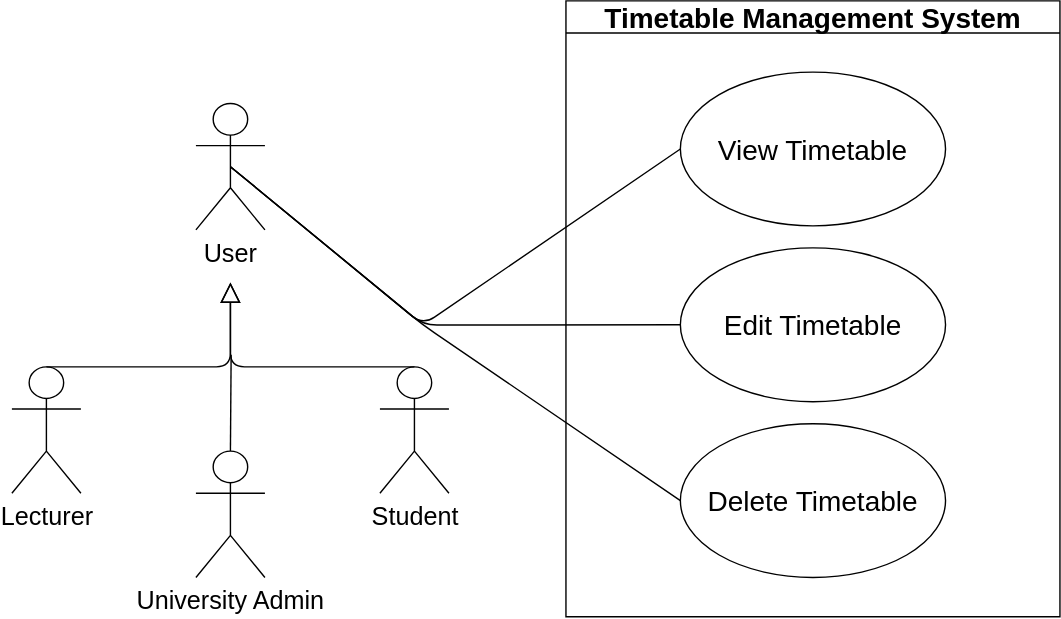
Earlier version of the draw.io export docs/diagrams/requirements/Timetable_Management.svg (COS301-SE-2026/UMTAS). Source tidied: cells renumbered, new cells last; positions are measured from the earlier drawing's top-left corner, leaving out a move shared by most shapes.
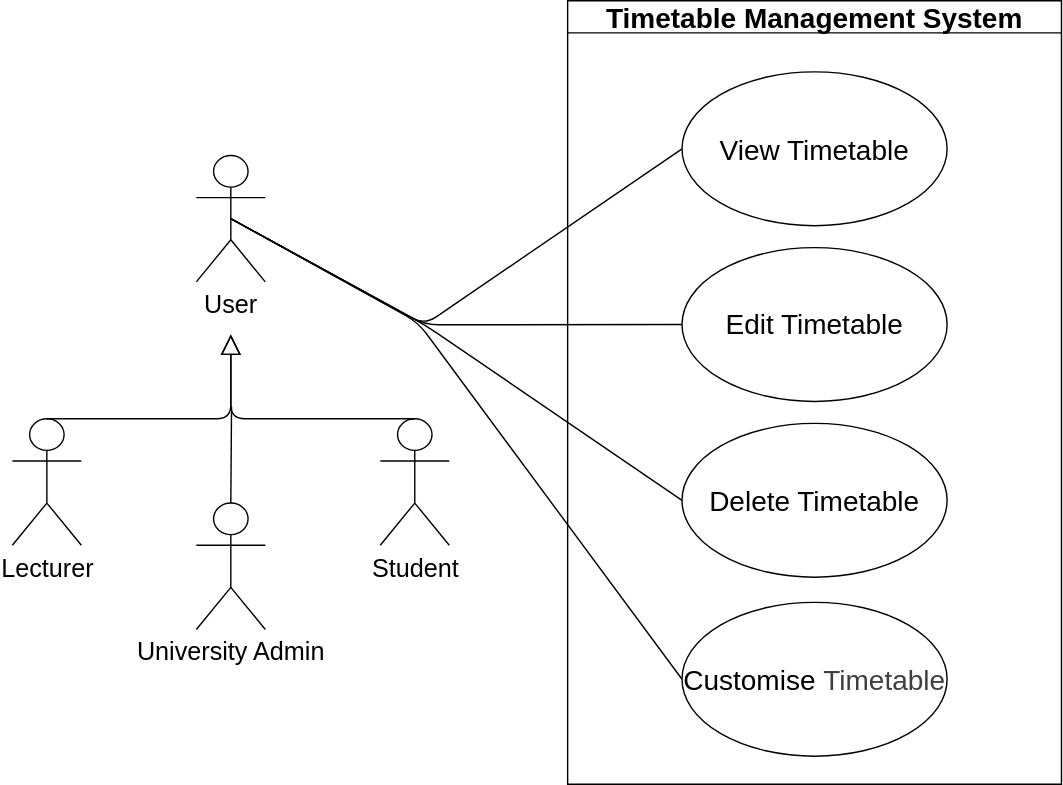
The same diagram one commit later.

Diff of the diagram source:
```diff
@@ -2,74 +2,84 @@
   <root>
     <mxCell id="0" />
     <mxCell id="1" parent="0" />
-    <mxCell id="2" style="group;" parent="1" vertex="1">
-      <mxGeometry width="748.8" height="440" as="geometry" />
-    </mxCell>
+    <mxCell id="17" style="group;" parent="1" vertex="1">
+      <mxGeometry x="-1" width="749.8" height="560" as="geometry" />
+    </mxCell>
-    <mxCell id="3" value="&lt;font style=&quot;font-size: 20px;&quot;&gt;Timetable Management System&lt;/font&gt;" style="swimlane;whiteSpace=wrap;html=1;" parent="2" vertex="1">
-      <mxGeometry x="395.8" width="352.9" height="440" as="geometry" />
+    <mxCell id="3" value="&lt;font style=&quot;font-size: 20px;&quot;&gt;Timetable Management System&lt;/font&gt;" style="swimlane;whiteSpace=wrap;html=1;" parent="17" vertex="1">
+      <mxGeometry x="396.8" width="352.9" height="560" as="geometry" />
     </mxCell>
+    <mxCell id="18" value="&lt;font style=&quot;font-size: 20px;&quot;&gt;Customise&amp;nbsp;&lt;/font&gt;&lt;span style=&quot;color: rgb(63, 63, 63); font-size: 20px; background-color: transparent;&quot;&gt;Timetable&lt;/span&gt;" style="ellipse;whiteSpace=wrap;html=1;" parent="3" vertex="1">
+      <mxGeometry x="81.7" y="430" width="189.4" height="109.9" as="geometry" />
+    </mxCell>
-    <mxCell id="4" style="endArrow=none;html=1;exitX=0.5;exitY=0.5;exitDx=0;exitDy=0;exitPerimeter=0;entryX=0;entryY=0.5;entryDx=0;entryDy=0;" parent="2" edge="1" source="6" target="16">
+    <mxCell id="4" style="endArrow=none;html=1;exitX=0.5;exitY=0.5;exitDx=0;exitDy=0;exitPerimeter=0;entryX=0;entryY=0.5;entryDx=0;entryDy=0;" parent="17" edge="1" source="6" target="16">
       <mxGeometry relative="1" as="geometry">
         <Array as="points">
-          <mxPoint x="293.7" y="231.6" />
+          <mxPoint x="294.7" y="231.6" />
         </Array>
       </mxGeometry>
     </mxCell>
-    <mxCell id="5" style="endArrow=none;html=1;exitX=0.5;exitY=0;exitDx=0;exitDy=0;exitPerimeter=0;" parent="2" edge="1" source="8">
+    <mxCell id="5" style="endArrow=none;html=1;exitX=0.5;exitY=0;exitDx=0;exitDy=0;exitPerimeter=0;" parent="17" edge="1" source="8">
       <mxGeometry relative="1" as="geometry">
-        <mxPoint x="156.6" y="252.9" as="targetPoint" />
+        <mxPoint x="156.6" y="290.2" as="targetPoint" />
       </mxGeometry>
     </mxCell>
-    <mxCell id="6" value="&lt;font style=&quot;font-size: 18px;&quot;&gt;User&lt;/font&gt;" style="shape=umlActor;verticalLabelPosition=bottom;verticalAlign=top;html=1;outlineConnect=0;" parent="2" vertex="1">
-      <mxGeometry x="131.5" y="73.3" width="49.3" height="90.3" as="geometry" />
+    <mxCell id="6" value="&lt;font style=&quot;font-size: 18px;&quot;&gt;User&lt;/font&gt;" style="shape=umlActor;verticalLabelPosition=bottom;verticalAlign=top;html=1;outlineConnect=0;" parent="17" vertex="1">
+      <mxGeometry x="131.5" y="110.7" width="49.3" height="90.3" as="geometry" />
     </mxCell>
-    <mxCell id="7" value="&lt;font style=&quot;font-size: 18px;&quot;&gt;Lecturer&lt;/font&gt;" style="shape=umlActor;verticalLabelPosition=bottom;verticalAlign=top;html=1;outlineConnect=0;" parent="2" vertex="1">
-      <mxGeometry y="261.5" width="49.3" height="90.3" as="geometry" />
+    <mxCell id="7" value="&lt;font style=&quot;font-size: 18px;&quot;&gt;Lecturer&lt;/font&gt;" style="shape=umlActor;verticalLabelPosition=bottom;verticalAlign=top;html=1;outlineConnect=0;" parent="17" vertex="1">
+      <mxGeometry y="298.8" width="49.3" height="90.3" as="geometry" />
     </mxCell>
-    <mxCell id="8" value="&lt;font style=&quot;font-size: 18px;&quot;&gt;University Admin&lt;/font&gt;" style="shape=umlActor;verticalLabelPosition=bottom;verticalAlign=top;html=1;outlineConnect=0;" parent="2" vertex="1">
-      <mxGeometry x="131.5" y="321.7" width="49.3" height="90.3" as="geometry" />
+    <mxCell id="8" value="&lt;font style=&quot;font-size: 18px;&quot;&gt;University Admin&lt;/font&gt;" style="shape=umlActor;verticalLabelPosition=bottom;verticalAlign=top;html=1;outlineConnect=0;" parent="17" vertex="1">
+      <mxGeometry x="131.5" y="359" width="49.3" height="90.3" as="geometry" />
     </mxCell>
-    <mxCell id="9" value="&lt;font style=&quot;font-size: 18px;&quot;&gt;Student&lt;/font&gt;" style="shape=umlActor;verticalLabelPosition=bottom;verticalAlign=top;html=1;outlineConnect=0;" parent="2" vertex="1">
-      <mxGeometry x="262.9" y="261.5" width="49.3" height="90.3" as="geometry" />
+    <mxCell id="9" value="&lt;font style=&quot;font-size: 18px;&quot;&gt;Student&lt;/font&gt;" style="shape=umlActor;verticalLabelPosition=bottom;verticalAlign=top;html=1;outlineConnect=0;" parent="17" vertex="1">
+      <mxGeometry x="262.9" y="298.8" width="49.3" height="90.3" as="geometry" />
     </mxCell>
-    <mxCell id="10" style="edgeStyle=none;html=1;endSize=12;endArrow=block;endFill=0;exitX=0.5;exitY=0;exitDx=0;exitDy=0;exitPerimeter=0;" parent="2" edge="1" source="7">
+    <mxCell id="10" style="edgeStyle=none;html=1;endSize=12;endArrow=block;endFill=0;exitX=0.5;exitY=0;exitDx=0;exitDy=0;exitPerimeter=0;" parent="17" edge="1" source="7">
       <mxGeometry relative="1" as="geometry">
-        <mxPoint x="156.1" y="201.3" as="targetPoint" />
+        <mxPoint x="156.1" y="238.6" as="targetPoint" />
         <Array as="points">
-          <mxPoint x="156.1" y="261.5" />
+          <mxPoint x="156.1" y="298.8" />
         </Array>
       </mxGeometry>
     </mxCell>
-    <mxCell id="11" style="edgeStyle=none;html=1;endSize=12;endArrow=block;endFill=0;exitX=0.5;exitY=0;exitDx=0;exitDy=0;exitPerimeter=0;" parent="2" edge="1" source="9">
+    <mxCell id="11" style="edgeStyle=none;html=1;endSize=12;endArrow=block;endFill=0;exitX=0.5;exitY=0;exitDx=0;exitDy=0;exitPerimeter=0;" parent="17" edge="1" source="9">
       <mxGeometry relative="1" as="geometry">
-        <mxPoint x="156.1" y="201.3" as="targetPoint" />
+        <mxPoint x="156.1" y="238.6" as="targetPoint" />
         <Array as="points">
-          <mxPoint x="156.1" y="261.5" />
+          <mxPoint x="156.1" y="298.8" />
         </Array>
       </mxGeometry>
     </mxCell>
-    <mxCell id="12" style="endArrow=none;html=1;exitX=0.5;exitY=0.5;exitDx=0;exitDy=0;exitPerimeter=0;entryX=0;entryY=0.5;entryDx=0;entryDy=0;" parent="2" edge="1" source="6" target="14">
+    <mxCell id="12" style="endArrow=none;html=1;exitX=0.5;exitY=0.5;exitDx=0;exitDy=0;exitPerimeter=0;entryX=0;entryY=0.5;entryDx=0;entryDy=0;" parent="17" edge="1" source="6" target="14">
       <mxGeometry relative="1" as="geometry">
         <Array as="points">
-          <mxPoint x="293.7" y="231.6" />
+          <mxPoint x="294.7" y="231.6" />
         </Array>
       </mxGeometry>
     </mxCell>
-    <mxCell id="13" style="endArrow=none;html=1;exitX=0.5;exitY=0.5;exitDx=0;exitDy=0;exitPerimeter=0;entryX=0;entryY=0.5;entryDx=0;entryDy=0;" parent="2" edge="1" source="6" target="15">
+    <mxCell id="13" style="endArrow=none;html=1;exitX=0.5;exitY=0.5;exitDx=0;exitDy=0;exitPerimeter=0;entryX=0;entryY=0.5;entryDx=0;entryDy=0;" parent="17" edge="1" source="6" target="15">
       <mxGeometry relative="1" as="geometry">
         <Array as="points">
-          <mxPoint x="293.7" y="231.6" />
+          <mxPoint x="294.7" y="231.6" />
         </Array>
       </mxGeometry>
     </mxCell>
-    <mxCell id="14" value="&lt;font style=&quot;font-size: 20px;&quot;&gt;Delete Timetable&lt;/font&gt;" style="ellipse;whiteSpace=wrap;html=1;" parent="2" vertex="1">
-      <mxGeometry x="477.6" y="302.1" width="189.4" height="109.9" as="geometry" />
+    <mxCell id="14" value="&lt;font style=&quot;font-size: 20px;&quot;&gt;Delete Timetable&lt;/font&gt;" style="ellipse;whiteSpace=wrap;html=1;" parent="17" vertex="1">
+      <mxGeometry x="478.6" y="302.1" width="189.4" height="109.9" as="geometry" />
     </mxCell>
-    <mxCell id="15" value="&lt;font style=&quot;font-size: 20px;&quot;&gt;Edit Timetable&lt;/font&gt;" style="ellipse;whiteSpace=wrap;html=1;" parent="2" vertex="1">
-      <mxGeometry x="477.6" y="176.5" width="189.4" height="109.9" as="geometry" />
+    <mxCell id="15" value="&lt;font style=&quot;font-size: 20px;&quot;&gt;Edit Timetable&lt;/font&gt;" style="ellipse;whiteSpace=wrap;html=1;" parent="17" vertex="1">
+      <mxGeometry x="478.6" y="176.5" width="189.4" height="109.9" as="geometry" />
     </mxCell>
-    <mxCell id="16" value="&lt;font style=&quot;font-size: 20px;&quot;&gt;View Timetable&lt;/font&gt;" style="ellipse;whiteSpace=wrap;html=1;" parent="2" vertex="1">
-      <mxGeometry x="477.6" y="50.9" width="189.4" height="109.9" as="geometry" />
+    <mxCell id="16" value="&lt;font style=&quot;font-size: 20px;&quot;&gt;View Timetable&lt;/font&gt;" style="ellipse;whiteSpace=wrap;html=1;" parent="17" vertex="1">
+      <mxGeometry x="478.6" y="50.9" width="189.4" height="109.9" as="geometry" />
     </mxCell>
+    <mxCell id="19" style="endArrow=none;html=1;exitX=0.5;exitY=0.5;exitDx=0;exitDy=0;exitPerimeter=0;entryX=0;entryY=0.5;entryDx=0;entryDy=0;" parent="17" edge="1" source="6" target="18">
+      <mxGeometry relative="1" as="geometry">
+        <Array as="points">
+          <mxPoint x="290" y="230" />
+        </Array>
+      </mxGeometry>
+    </mxCell>
   </root>
 </mxGraphModel>
```
